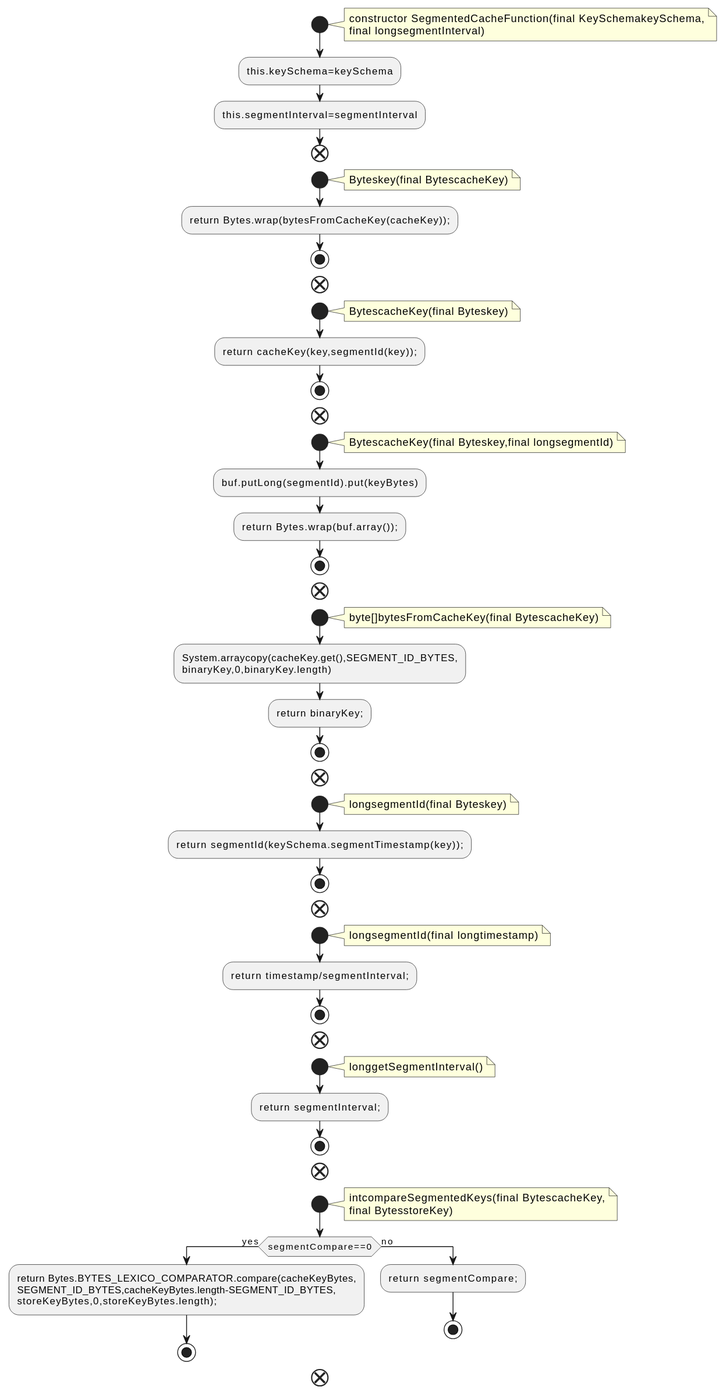
Earlier version of the PlantUML export docs/qc/streams/src/main/java/org/apache/kafka/streams/state/internals/SegmentedCacheFunction.java.fct.svg (qualitesys/kafka).
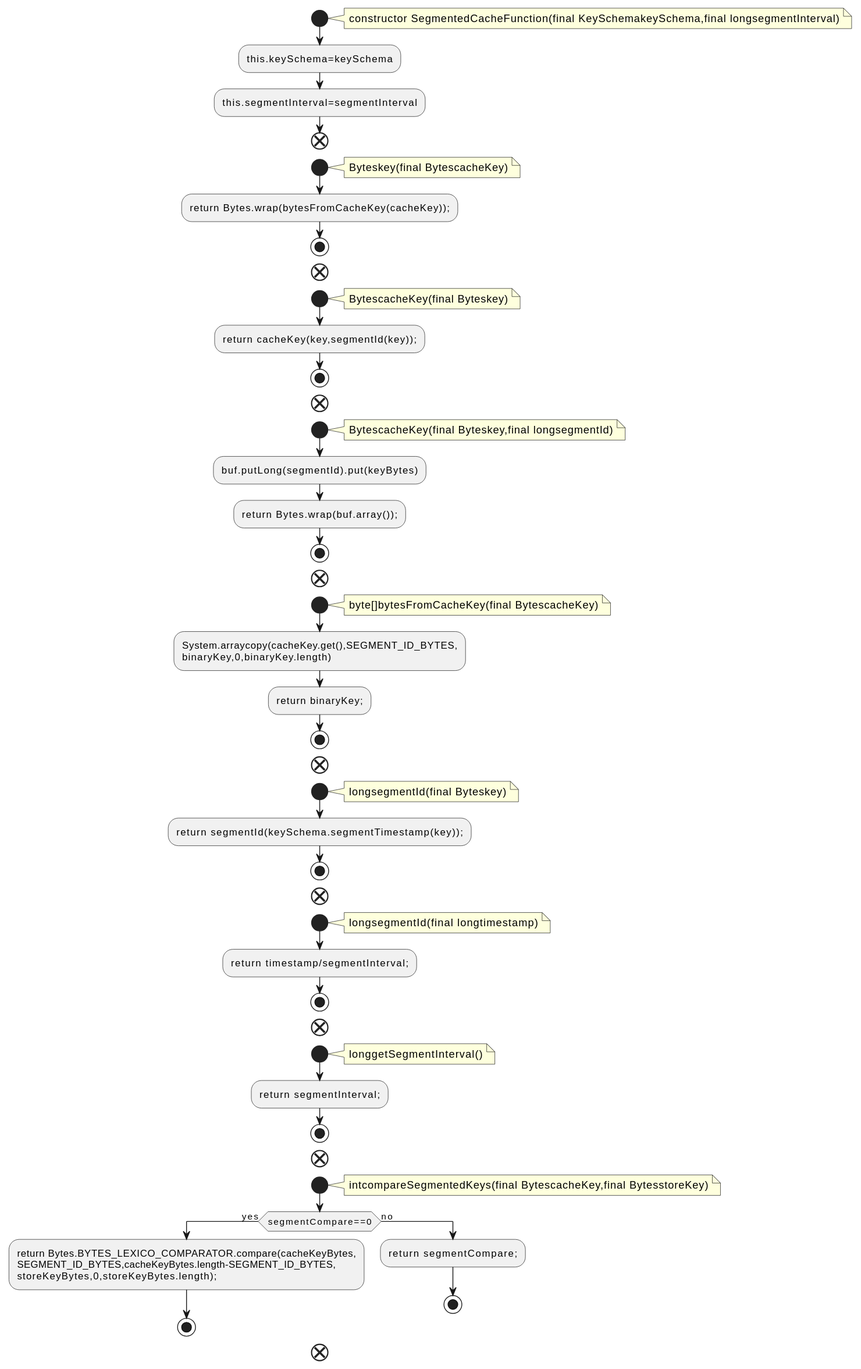
The same diagram one commit later.

Diff of the diagram source:
```diff
@@ -2,8 +2,7 @@
 !pragma layout smetana
 start
 note right
-constructor SegmentedCacheFunction(final KeySchemakeySchema,
-final longsegmentInterval)
+constructor SegmentedCacheFunction(final KeySchemakeySchema,final longsegmentInterval)
 end note
 :this.keySchema=keySchema;
 :this.segmentInterval=segmentInterval;
@@ -62,8 +61,7 @@
 end
 start
 note right
-intcompareSegmentedKeys(final BytescacheKey,
-final BytesstoreKey)
+intcompareSegmentedKeys(final BytescacheKey,final BytesstoreKey)
 end note
 if (segmentCompare==0) then (yes)
 :return Bytes.BYTES_LEXICO_COMPARATOR.compare(cacheKeyBytes,
```
